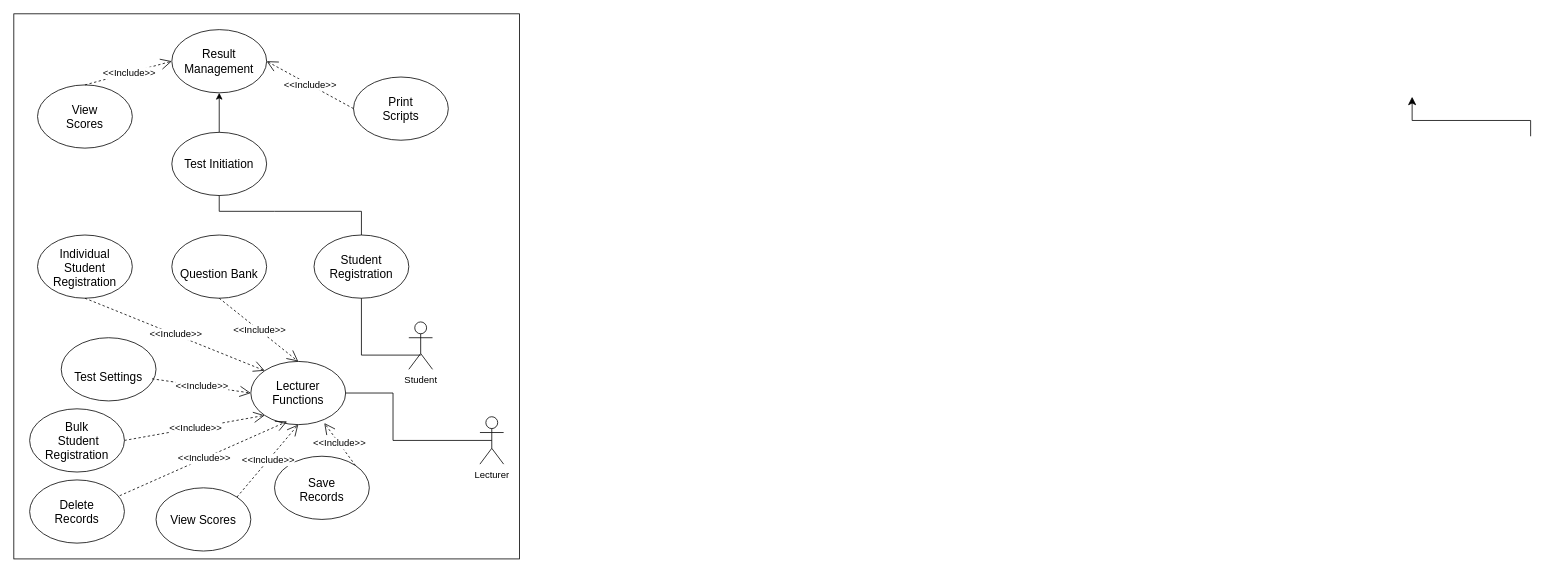
TEyo15/BotOfficeProjects keeps this draw.io diagram as CSC 307 USE CASE DIAGRAM.drawio. Above is the earlier version. Source tidied: cells renumbered, new cells numbered last; positions are measured from the earlier drawing's top-left corner, leaving out a move shared by most shapes. Both pictures are drawn from the tidied source at 79%, with x=0, y=0 at pixel (13, 13).
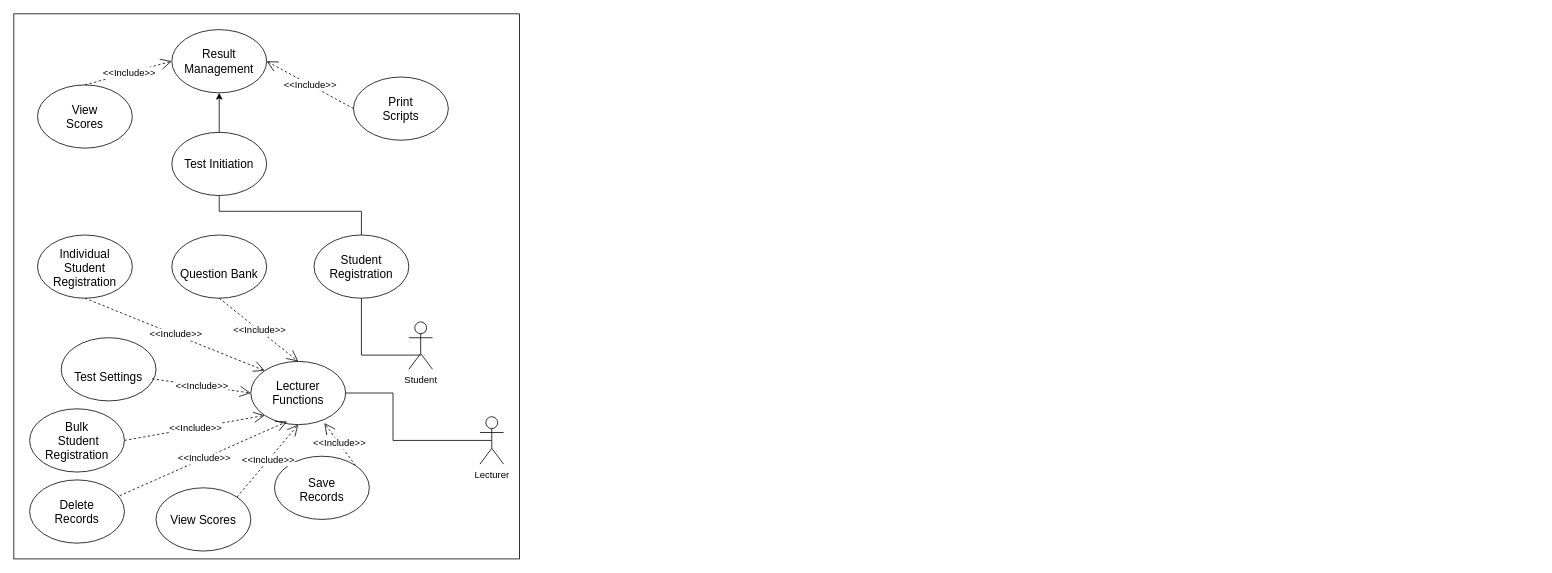
The same page after the edit.

Diff of the diagram source:
```diff
@@
-    <mxCell id="11" style="edgeStyle=segmentEdgeStyle;endArrow=classic;html=1;curved=0;rounded=0;endSize=8;startSize=8;sourcePerimeterSpacing=0;targetPerimeterSpacing=0;entryX=0.5;entryY=1;entryDx=0;entryDy=0;exitX=0.5;exitY=0;exitDx=0;exitDy=0;" parent="1" edge="1">
-      <mxGeometry relative="1" as="geometry">
-        <mxPoint x="1920" y="155" as="sourcePoint" />
-        <mxPoint x="1770" y="105" as="targetPoint" />
-        <Array as="points">
-          <mxPoint x="1920" y="135" />
-          <mxPoint x="1770" y="135" />
-        </Array>
-      </mxGeometry>
-    </mxCell>
```
